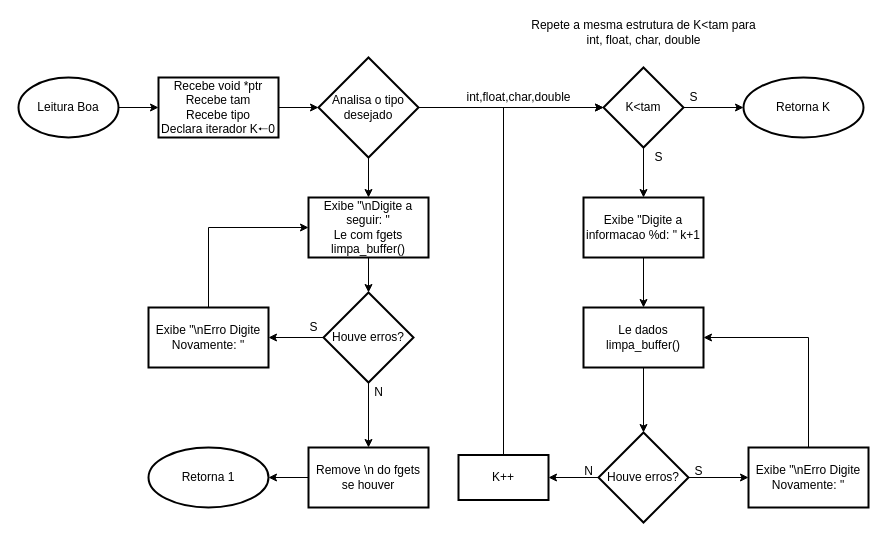
This is Codigos/Leitura Boa/Leitura Boa em C.drawio from riquetret/My-Public-Codes, a draw.io file, before an edit. Source tidied: cells renumbered, new cells numbered last; positions are measured from the earlier drawing's top-left corner, leaving out a move shared by most shapes. Both pictures are drawn from the tidied source at 100%, with x=0, y=0 at pixel (18, 17).
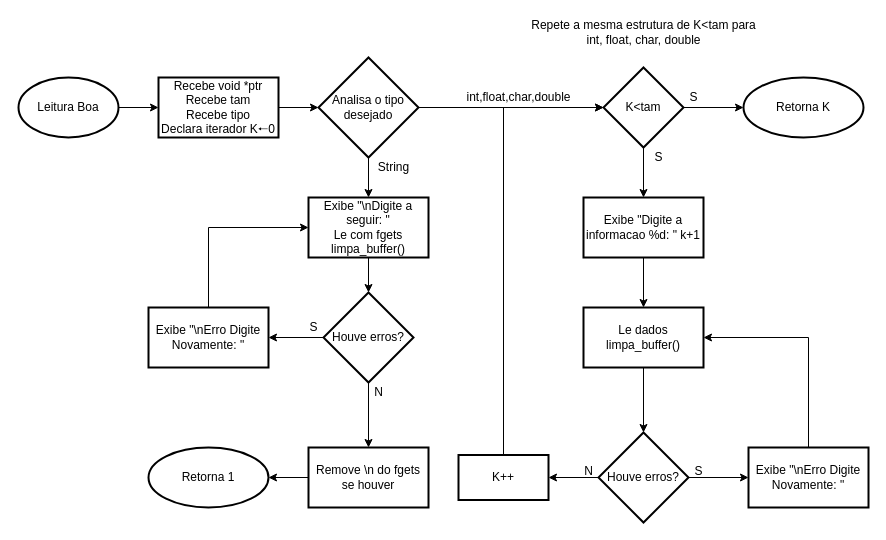
After the change.

Commit message (it also covers changes not shown here):
Correções em Leitura Boa

What changed in the source:
```diff
@@
+    <mxCell id="42" value="String" style="text;html=1;align=center;verticalAlign=middle;strokeColor=none;fillColor=none;" parent="1" vertex="1">
+      <mxGeometry x="350" y="140" width="50" height="20" as="geometry" />
+    </mxCell>
```
